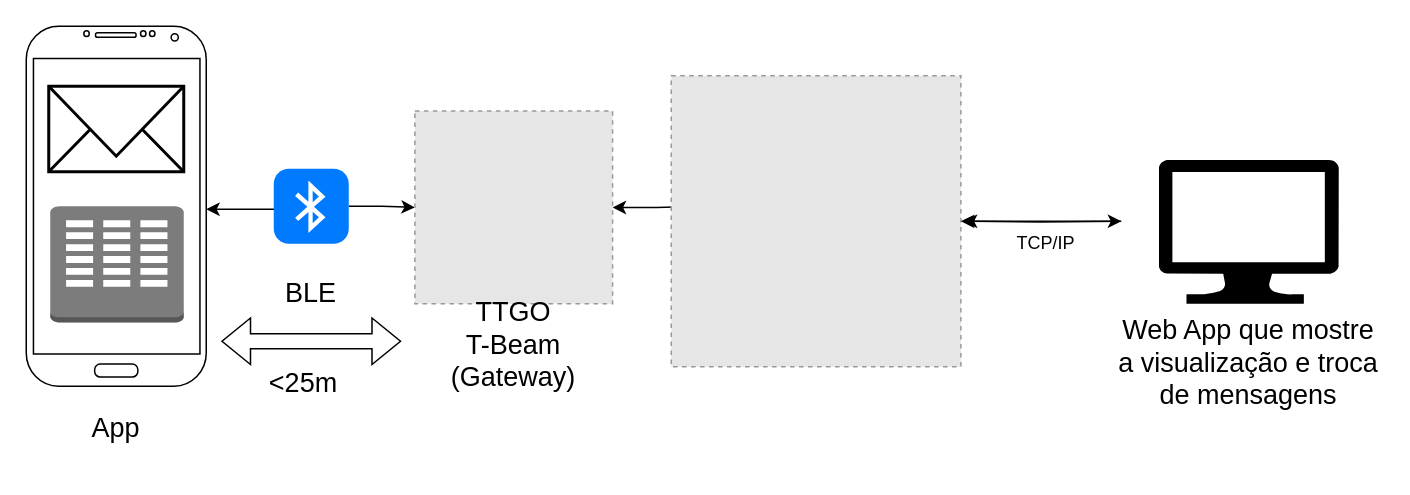
The draw.io diagram Docs/Project_Structure.drawio in p4ulor/SeaSpot, before the edit. Source tidied: cells renumbered, new cells numbered last; positions are measured from the earlier drawing's top-left corner, leaving out a move shared by most shapes. Both pictures are drawn from the tidied source at 150%, with x=0, y=0 at pixel (26, 26). Pictures stored in the file or linked from it are replaced by grey dashed boxes.
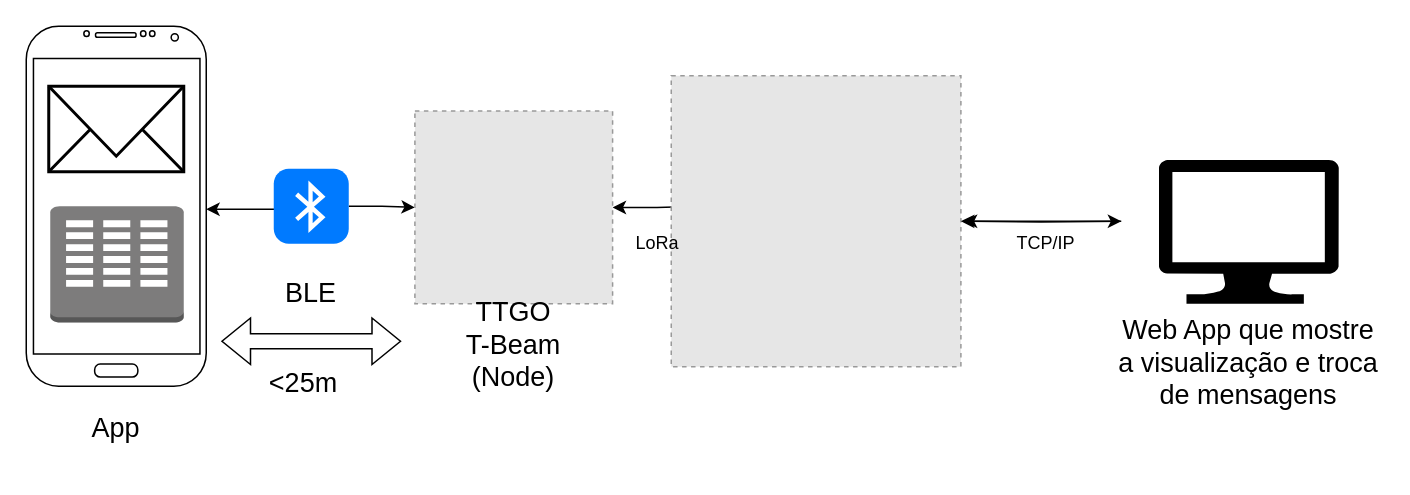
The same page after the edit.

Commit message (it also covers changes not shown here):
Update ProjectStructure diagram, lil fixes of docs

Change to the diagram source:
```diff
@@
-    <mxCell id="14" value="&lt;font style=&quot;font-size: 18px;&quot;&gt;TTGO&lt;br&gt;T-Beam (Gateway)&lt;/font&gt;" style="text;html=1;strokeColor=none;fillColor=none;align=center;verticalAlign=middle;whiteSpace=wrap;rounded=0;" parent="1" vertex="1">
+    <mxCell id="14" value="&lt;font style=&quot;font-size: 18px;&quot;&gt;TTGO&lt;br&gt;T-Beam (Node)&lt;/font&gt;" style="text;html=1;strokeColor=none;fillColor=none;align=center;verticalAlign=middle;whiteSpace=wrap;rounded=0;" parent="1" vertex="1">
       <mxGeometry x="280" y="185" width="90" height="55" as="geometry" />
     </mxCell>
@@
+    <mxCell id="22" value="LoRa" style="text;html=1;strokeColor=none;fillColor=none;align=center;verticalAlign=middle;whiteSpace=wrap;rounded=0;" parent="1" vertex="1">
+      <mxGeometry x="390.9" y="130" width="60" height="30" as="geometry" />
+    </mxCell>
```
